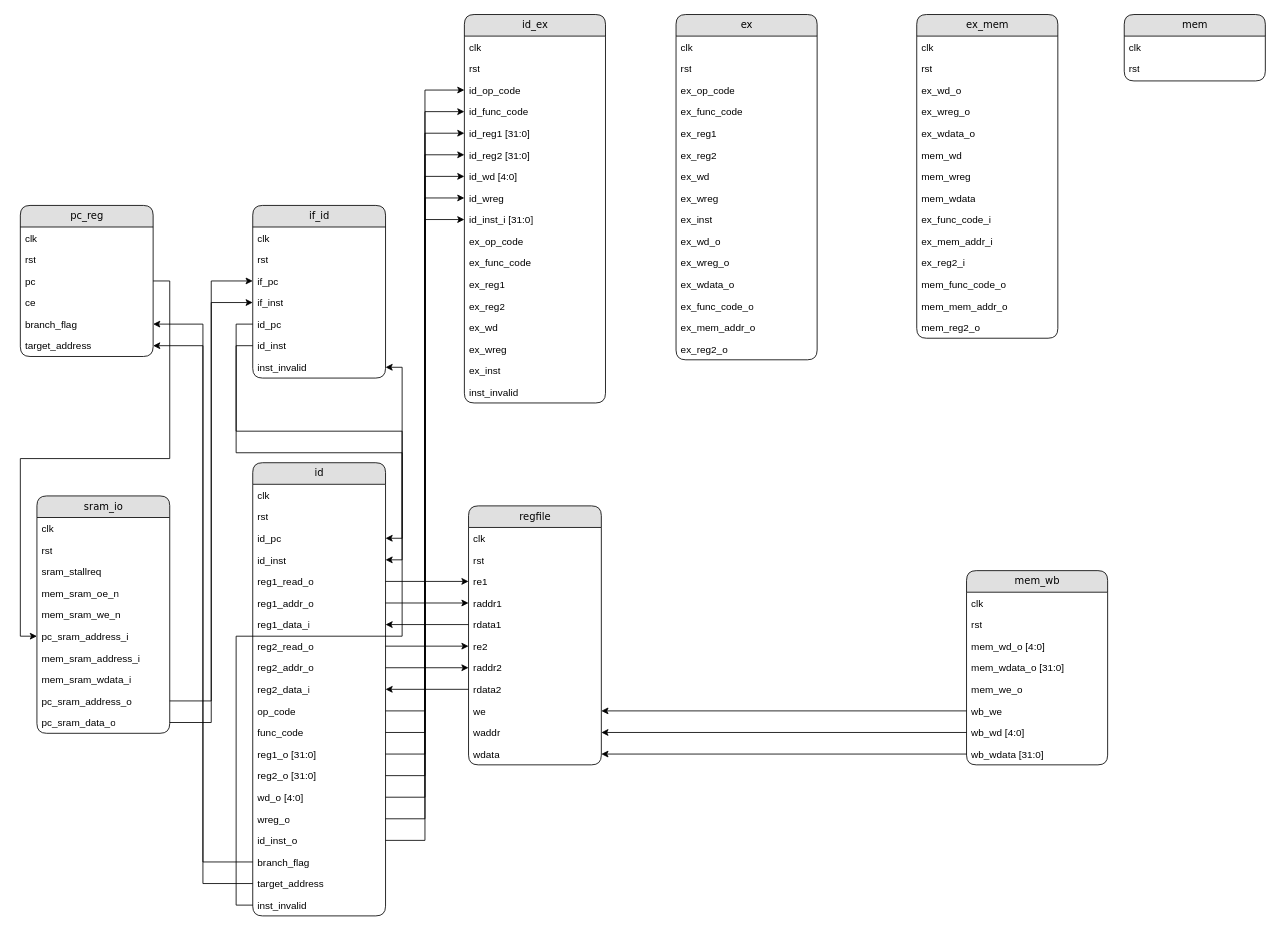
reburnw/riscv-cpu-dataflow keeps this draw.io diagram as riscv-cpu-datapath.drawio. Above is the earlier version. Source tidied: cells renumbered, new cells numbered last; positions are measured from the earlier drawing's top-left corner, leaving out a move shared by most shapes. Both pictures are drawn from the tidied source at 83%, with x=0, y=0 at pixel (20, 14).
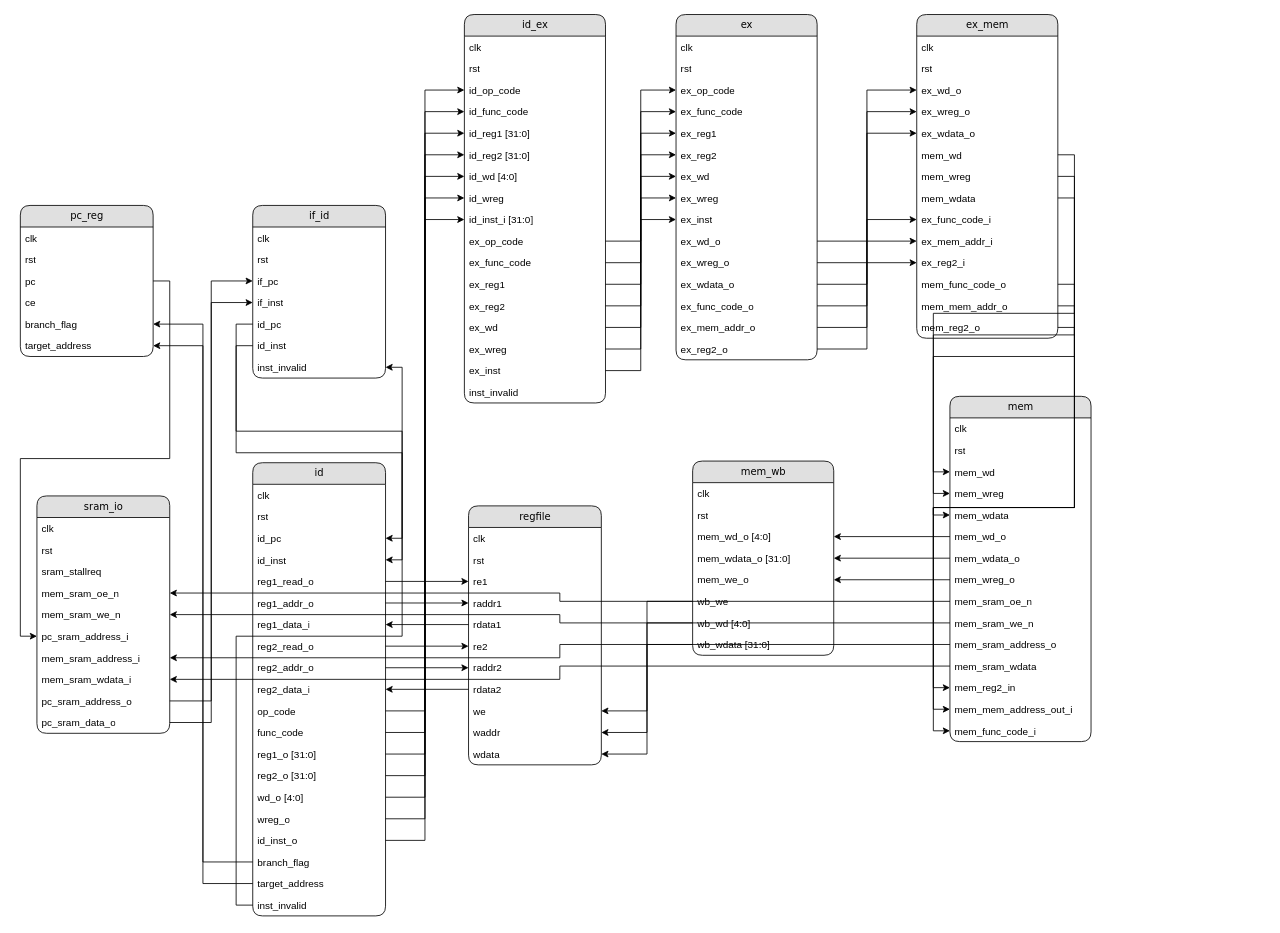
After the change.

Unchanged cells that the change refers to:
```xml
<mxCell id="13" value="mem_sram_oe_n" style="text;html=1;strokeColor=none;fillColor=none;spacingLeft=4;spacingRight=4;whiteSpace=wrap;overflow=hidden;points=[[0,0.5],[1,0.5]];portConstraint=eastwest;" parent="9" vertex="1">
<mxCell id="14" value="mem_sram_we_n" style="text;html=1;strokeColor=none;fillColor=none;spacingLeft=4;spacingRight=4;whiteSpace=wrap;overflow=hidden;points=[[0,0.5],[1,0.5]];portConstraint=eastwest;" parent="9" vertex="1">
<mxCell id="16" value="mem_sram_address_i" style="text;html=1;strokeColor=none;fillColor=none;spacingLeft=4;spacingRight=4;whiteSpace=wrap;overflow=hidden;points=[[0,0.5],[1,0.5]];portConstraint=eastwest;" parent="9" vertex="1">
<mxCell id="17" value="mem_sram_wdata_i" style="text;html=1;strokeColor=none;fillColor=none;spacingLeft=4;spacingRight=4;whiteSpace=wrap;overflow=hidden;points=[[0,0.5],[1,0.5]];portConstraint=eastwest;" parent="9" vertex="1">
<mxCell id="82" value="ex_op_code" style="text;html=1;strokeColor=none;fillColor=none;spacingLeft=4;spacingRight=4;whiteSpace=wrap;overflow=hidden;points=[[0,0.5],[1,0.5]];portConstraint=eastwest;" parent="72" vertex="1">
<mxCell id="83" value="ex_func_code" style="text;html=1;strokeColor=none;fillColor=none;spacingLeft=4;spacingRight=4;whiteSpace=wrap;overflow=hidden;points=[[0,0.5],[1,0.5]];portConstraint=eastwest;" parent="72" vertex="1">
<mxCell id="84" value="ex_reg1" style="text;html=1;strokeColor=none;fillColor=none;spacingLeft=4;spacingRight=4;whiteSpace=wrap;overflow=hidden;points=[[0,0.5],[1,0.5]];portConstraint=eastwest;" parent="72" vertex="1">
<mxCell id="85" value="ex_reg2" style="text;html=1;strokeColor=none;fillColor=none;spacingLeft=4;spacingRight=4;whiteSpace=wrap;overflow=hidden;points=[[0,0.5],[1,0.5]];portConstraint=eastwest;" parent="72" vertex="1">
<mxCell id="86" value="ex_wd" style="text;html=1;strokeColor=none;fillColor=none;spacingLeft=4;spacingRight=4;whiteSpace=wrap;overflow=hidden;points=[[0,0.5],[1,0.5]];portConstraint=eastwest;" parent="72" vertex="1">
<mxCell id="87" value="ex_wreg" style="text;html=1;strokeColor=none;fillColor=none;spacingLeft=4;spacingRight=4;whiteSpace=wrap;overflow=hidden;points=[[0,0.5],[1,0.5]];portConstraint=eastwest;" parent="72" vertex="1">
<mxCell id="88" value="ex_inst" style="text;html=1;strokeColor=none;fillColor=none;spacingLeft=4;spacingRight=4;whiteSpace=wrap;overflow=hidden;points=[[0,0.5],[1,0.5]];portConstraint=eastwest;" parent="72" vertex="1">
<mxCell id="93" value="ex_wd_o" style="text;html=1;strokeColor=none;fillColor=none;spacingLeft=4;spacingRight=4;whiteSpace=wrap;overflow=hidden;points=[[0,0.5],[1,0.5]];portConstraint=eastwest;" parent="90" vertex="1">
<mxCell id="94" value="ex_wreg_o" style="text;html=1;strokeColor=none;fillColor=none;spacingLeft=4;spacingRight=4;whiteSpace=wrap;overflow=hidden;points=[[0,0.5],[1,0.5]];portConstraint=eastwest;" parent="90" vertex="1">
<mxCell id="95" value="ex_wdata_o" style="text;html=1;strokeColor=none;fillColor=none;spacingLeft=4;spacingRight=4;whiteSpace=wrap;overflow=hidden;points=[[0,0.5],[1,0.5]];portConstraint=eastwest;" parent="90" vertex="1">
<mxCell id="96" value="mem_wd" style="text;html=1;strokeColor=none;fillColor=none;spacingLeft=4;spacingRight=4;whiteSpace=wrap;overflow=hidden;points=[[0,0.5],[1,0.5]];portConstraint=eastwest;" parent="90" vertex="1">
<mxCell id="97" value="mem_wreg" style="text;html=1;strokeColor=none;fillColor=none;spacingLeft=4;spacingRight=4;whiteSpace=wrap;overflow=hidden;points=[[0,0.5],[1,0.5]];portConstraint=eastwest;" parent="90" vertex="1">
<mxCell id="98" value="mem_wdata" style="text;html=1;strokeColor=none;fillColor=none;spacingLeft=4;spacingRight=4;whiteSpace=wrap;overflow=hidden;points=[[0,0.5],[1,0.5]];portConstraint=eastwest;" parent="90" vertex="1">
<mxCell id="99" value="ex_func_code_i" style="text;html=1;strokeColor=none;fillColor=none;spacingLeft=4;spacingRight=4;whiteSpace=wrap;overflow=hidden;points=[[0,0.5],[1,0.5]];portConstraint=eastwest;" parent="90" vertex="1">
<mxCell id="100" value="ex_mem_addr_i" style="text;html=1;strokeColor=none;fillColor=none;spacingLeft=4;spacingRight=4;whiteSpace=wrap;overflow=hidden;points=[[0,0.5],[1,0.5]];portConstraint=eastwest;" parent="90" vertex="1">
<mxCell id="101" value="ex_reg2_i" style="text;html=1;strokeColor=none;fillColor=none;spacingLeft=4;spacingRight=4;whiteSpace=wrap;overflow=hidden;points=[[0,0.5],[1,0.5]];portConstraint=eastwest;" parent="90" vertex="1">
<mxCell id="102" value="mem_func_code_o" style="text;html=1;strokeColor=none;fillColor=none;spacingLeft=4;spacingRight=4;whiteSpace=wrap;overflow=hidden;points=[[0,0.5],[1,0.5]];portConstraint=eastwest;" parent="90" vertex="1">
<mxCell id="103" value="mem_mem_addr_o" style="text;html=1;strokeColor=none;fillColor=none;spacingLeft=4;spacingRight=4;whiteSpace=wrap;overflow=hidden;points=[[0,0.5],[1,0.5]];portConstraint=eastwest;" parent="90" vertex="1">
<mxCell id="104" value="mem_reg2_o" style="text;html=1;strokeColor=none;fillColor=none;spacingLeft=4;spacingRight=4;whiteSpace=wrap;overflow=hidden;points=[[0,0.5],[1,0.5]];portConstraint=eastwest;" parent="90" vertex="1">
<mxCell id="111" value="mem_wd_o [4:0]" style="text;html=1;strokeColor=none;fillColor=none;spacingLeft=4;spacingRight=4;whiteSpace=wrap;overflow=hidden;points=[[0,0.5],[1,0.5]];portConstraint=eastwest;" parent="108" vertex="1">
<mxCell id="112" value="mem_wdata_o [31:0]" style="text;html=1;strokeColor=none;fillColor=none;spacingLeft=4;spacingRight=4;whiteSpace=wrap;overflow=hidden;points=[[0,0.5],[1,0.5]];portConstraint=eastwest;" parent="108" vertex="1">
<mxCell id="113" value="mem_we_o" style="text;html=1;strokeColor=none;fillColor=none;spacingLeft=4;spacingRight=4;whiteSpace=wrap;overflow=hidden;points=[[0,0.5],[1,0.5]];portConstraint=eastwest;" parent="108" vertex="1">
<mxCell id="123" value="ex_op_code" style="text;html=1;strokeColor=none;fillColor=none;spacingLeft=4;spacingRight=4;whiteSpace=wrap;overflow=hidden;points=[[0,0.5],[1,0.5]];portConstraint=eastwest;" parent="120" vertex="1">
<mxCell id="124" value="ex_func_code" style="text;html=1;strokeColor=none;fillColor=none;spacingLeft=4;spacingRight=4;whiteSpace=wrap;overflow=hidden;points=[[0,0.5],[1,0.5]];portConstraint=eastwest;" parent="120" vertex="1">
<mxCell id="125" value="ex_reg1" style="text;html=1;strokeColor=none;fillColor=none;spacingLeft=4;spacingRight=4;whiteSpace=wrap;overflow=hidden;points=[[0,0.5],[1,0.5]];portConstraint=eastwest;" parent="120" vertex="1">
<mxCell id="126" value="ex_reg2" style="text;html=1;strokeColor=none;fillColor=none;spacingLeft=4;spacingRight=4;whiteSpace=wrap;overflow=hidden;points=[[0,0.5],[1,0.5]];portConstraint=eastwest;" parent="120" vertex="1">
<mxCell id="127" value="ex_wd" style="text;html=1;strokeColor=none;fillColor=none;spacingLeft=4;spacingRight=4;whiteSpace=wrap;overflow=hidden;points=[[0,0.5],[1,0.5]];portConstraint=eastwest;" parent="120" vertex="1">
<mxCell id="128" value="ex_wreg" style="text;html=1;strokeColor=none;fillColor=none;spacingLeft=4;spacingRight=4;whiteSpace=wrap;overflow=hidden;points=[[0,0.5],[1,0.5]];portConstraint=eastwest;" parent="120" vertex="1">
<mxCell id="129" value="ex_inst" style="text;html=1;strokeColor=none;fillColor=none;spacingLeft=4;spacingRight=4;whiteSpace=wrap;overflow=hidden;points=[[0,0.5],[1,0.5]];portConstraint=eastwest;" parent="120" vertex="1">
<mxCell id="130" value="ex_wd_o" style="text;html=1;strokeColor=none;fillColor=none;spacingLeft=4;spacingRight=4;whiteSpace=wrap;overflow=hidden;points=[[0,0.5],[1,0.5]];portConstraint=eastwest;" parent="120" vertex="1">
<mxCell id="131" value="ex_wreg_o" style="text;html=1;strokeColor=none;fillColor=none;spacingLeft=4;spacingRight=4;whiteSpace=wrap;overflow=hidden;points=[[0,0.5],[1,0.5]];portConstraint=eastwest;" parent="120" vertex="1">
<mxCell id="132" value="ex_wdata_o" style="text;html=1;strokeColor=none;fillColor=none;spacingLeft=4;spacingRight=4;whiteSpace=wrap;overflow=hidden;points=[[0,0.5],[1,0.5]];portConstraint=eastwest;" parent="120" vertex="1">
<mxCell id="133" value="ex_func_code_o" style="text;html=1;strokeColor=none;fillColor=none;spacingLeft=4;spacingRight=4;whiteSpace=wrap;overflow=hidden;points=[[0,0.5],[1,0.5]];portConstraint=eastwest;" parent="120" vertex="1">
<mxCell id="134" value="ex_mem_addr_o" style="text;html=1;strokeColor=none;fillColor=none;spacingLeft=4;spacingRight=4;whiteSpace=wrap;overflow=hidden;points=[[0,0.5],[1,0.5]];portConstraint=eastwest;" parent="120" vertex="1">
<mxCell id="135" value="ex_reg2_o" style="text;html=1;strokeColor=none;fillColor=none;spacingLeft=4;spacingRight=4;whiteSpace=wrap;overflow=hidden;points=[[0,0.5],[1,0.5]];portConstraint=eastwest;" parent="120" vertex="1">
```

Diff of the diagram source:
```diff
@@
     <mxCell id="105" value="mem" style="swimlane;html=1;fontStyle=0;horizontal=1;startSize=26;fillColor=#e0e0e0;swimlaneFillColor=#ffffff;align=center;rounded=1;shadow=0;comic=0;labelBackgroundColor=none;strokeWidth=1;fontFamily=Verdana;fontSize=12;" parent="1" vertex="1">
-      <mxGeometry x="1330" width="170" height="80" as="geometry" />
+      <mxGeometry x="1120" y="460" width="170" height="416" as="geometry" />
     </mxCell>
@@
+    <mxCell id="146" value="mem_wd" style="text;html=1;strokeColor=none;fillColor=none;spacingLeft=4;spacingRight=4;whiteSpace=wrap;overflow=hidden;points=[[0,0.5],[1,0.5]];portConstraint=eastwest;" parent="105" vertex="1">
+      <mxGeometry y="78" width="170" height="26" as="geometry" />
+    </mxCell>
+    <mxCell id="147" value="mem_wreg" style="text;html=1;strokeColor=none;fillColor=none;spacingLeft=4;spacingRight=4;whiteSpace=wrap;overflow=hidden;points=[[0,0.5],[1,0.5]];portConstraint=eastwest;" parent="105" vertex="1">
+      <mxGeometry y="104" width="170" height="26" as="geometry" />
+    </mxCell>
+    <mxCell id="148" value="mem_wdata" style="text;html=1;strokeColor=none;fillColor=none;spacingLeft=4;spacingRight=4;whiteSpace=wrap;overflow=hidden;points=[[0,0.5],[1,0.5]];portConstraint=eastwest;" parent="105" vertex="1">
+      <mxGeometry y="130" width="170" height="26" as="geometry" />
+    </mxCell>
+    <mxCell id="149" value="mem_wd_o" style="text;html=1;strokeColor=none;fillColor=none;spacingLeft=4;spacingRight=4;whiteSpace=wrap;overflow=hidden;points=[[0,0.5],[1,0.5]];portConstraint=eastwest;" parent="105" vertex="1">
+      <mxGeometry y="156" width="170" height="26" as="geometry" />
+    </mxCell>
+    <mxCell id="150" value="mem_wdata_o" style="text;html=1;strokeColor=none;fillColor=none;spacingLeft=4;spacingRight=4;whiteSpace=wrap;overflow=hidden;points=[[0,0.5],[1,0.5]];portConstraint=eastwest;" parent="105" vertex="1">
+      <mxGeometry y="182" width="170" height="26" as="geometry" />
+    </mxCell>
+    <mxCell id="151" value="mem_wreg_o" style="text;html=1;strokeColor=none;fillColor=none;spacingLeft=4;spacingRight=4;whiteSpace=wrap;overflow=hidden;points=[[0,0.5],[1,0.5]];portConstraint=eastwest;" parent="105" vertex="1">
+      <mxGeometry y="208" width="170" height="26" as="geometry" />
+    </mxCell>
+    <mxCell id="152" value="mem_sram_oe_n" style="text;html=1;strokeColor=none;fillColor=none;spacingLeft=4;spacingRight=4;whiteSpace=wrap;overflow=hidden;points=[[0,0.5],[1,0.5]];portConstraint=eastwest;" parent="105" vertex="1">
+      <mxGeometry y="234" width="170" height="26" as="geometry" />
+    </mxCell>
+    <mxCell id="153" value="mem_sram_we_n" style="text;html=1;strokeColor=none;fillColor=none;spacingLeft=4;spacingRight=4;whiteSpace=wrap;overflow=hidden;points=[[0,0.5],[1,0.5]];portConstraint=eastwest;" parent="105" vertex="1">
+      <mxGeometry y="260" width="170" height="26" as="geometry" />
+    </mxCell>
+    <mxCell id="154" value="mem_sram_address_o" style="text;html=1;strokeColor=none;fillColor=none;spacingLeft=4;spacingRight=4;whiteSpace=wrap;overflow=hidden;points=[[0,0.5],[1,0.5]];portConstraint=eastwest;" parent="105" vertex="1">
+      <mxGeometry y="286" width="170" height="26" as="geometry" />
+    </mxCell>
+    <mxCell id="155" value="mem_sram_wdata" style="text;html=1;strokeColor=none;fillColor=none;spacingLeft=4;spacingRight=4;whiteSpace=wrap;overflow=hidden;points=[[0,0.5],[1,0.5]];portConstraint=eastwest;" parent="105" vertex="1">
+      <mxGeometry y="312" width="170" height="26" as="geometry" />
+    </mxCell>
+    <mxCell id="156" value="mem_reg2_in" style="text;html=1;strokeColor=none;fillColor=none;spacingLeft=4;spacingRight=4;whiteSpace=wrap;overflow=hidden;points=[[0,0.5],[1,0.5]];portConstraint=eastwest;" parent="105" vertex="1">
+      <mxGeometry y="338" width="170" height="26" as="geometry" />
+    </mxCell>
+    <mxCell id="157" value="mem_mem_address_out_i" style="text;html=1;strokeColor=none;fillColor=none;spacingLeft=4;spacingRight=4;whiteSpace=wrap;overflow=hidden;points=[[0,0.5],[1,0.5]];portConstraint=eastwest;" parent="105" vertex="1">
+      <mxGeometry y="364" width="170" height="26" as="geometry" />
+    </mxCell>
+    <mxCell id="158" value="mem_func_code_i" style="text;html=1;strokeColor=none;fillColor=none;spacingLeft=4;spacingRight=4;whiteSpace=wrap;overflow=hidden;points=[[0,0.5],[1,0.5]];portConstraint=eastwest;" parent="105" vertex="1">
+      <mxGeometry y="390" width="170" height="26" as="geometry" />
+    </mxCell>
     <mxCell id="108" value="mem_wb" style="swimlane;html=1;fontStyle=0;horizontal=1;startSize=26;fillColor=#e0e0e0;swimlaneFillColor=#ffffff;align=center;rounded=1;shadow=0;comic=0;labelBackgroundColor=none;strokeWidth=1;fontFamily=Verdana;fontSize=12;" parent="1" vertex="1">
-      <mxGeometry x="1140" y="670" width="170" height="234" as="geometry" />
+      <mxGeometry x="810" y="538" width="170" height="234" as="geometry" />
     </mxCell>
@@
+    <mxCell id="159" style="edgeStyle=orthogonalEdgeStyle;rounded=0;jettySize=auto;html=1;" parent="1" edge="1" source="82" target="123">
+      <mxGeometry relative="1" as="geometry" />
+    </mxCell>
+    <mxCell id="160" style="edgeStyle=orthogonalEdgeStyle;rounded=0;jettySize=auto;html=1;" parent="1" edge="1" source="83" target="124">
+      <mxGeometry relative="1" as="geometry" />
+    </mxCell>
+    <mxCell id="161" style="edgeStyle=orthogonalEdgeStyle;rounded=0;jettySize=auto;html=1;" parent="1" edge="1" source="84" target="125">
+      <mxGeometry relative="1" as="geometry" />
+    </mxCell>
+    <mxCell id="162" style="edgeStyle=orthogonalEdgeStyle;rounded=0;jettySize=auto;html=1;" parent="1" edge="1" source="85" target="126">
+      <mxGeometry relative="1" as="geometry" />
+    </mxCell>
+    <mxCell id="163" style="edgeStyle=orthogonalEdgeStyle;rounded=0;jettySize=auto;html=1;" parent="1" edge="1" source="86" target="127">
+      <mxGeometry relative="1" as="geometry" />
+    </mxCell>
+    <mxCell id="164" style="edgeStyle=orthogonalEdgeStyle;rounded=0;jettySize=auto;html=1;" parent="1" edge="1" source="87" target="128">
+      <mxGeometry relative="1" as="geometry" />
+    </mxCell>
+    <mxCell id="165" style="edgeStyle=orthogonalEdgeStyle;rounded=0;jettySize=auto;html=1;" parent="1" edge="1" source="88" target="129">
+      <mxGeometry relative="1" as="geometry" />
+    </mxCell>
+    <mxCell id="166" style="edgeStyle=orthogonalEdgeStyle;rounded=0;jettySize=auto;html=1;" parent="1" edge="1" source="130" target="93">
+      <mxGeometry relative="1" as="geometry" />
+    </mxCell>
+    <mxCell id="167" style="edgeStyle=orthogonalEdgeStyle;rounded=0;jettySize=auto;html=1;" parent="1" edge="1" source="131" target="94">
+      <mxGeometry relative="1" as="geometry" />
+    </mxCell>
+    <mxCell id="168" style="edgeStyle=orthogonalEdgeStyle;rounded=0;jettySize=auto;html=1;" parent="1" edge="1" source="132" target="95">
+      <mxGeometry relative="1" as="geometry" />
+    </mxCell>
+    <mxCell id="169" style="edgeStyle=orthogonalEdgeStyle;rounded=0;jettySize=auto;html=1;" parent="1" edge="1" source="133" target="99">
+      <mxGeometry relative="1" as="geometry" />
+    </mxCell>
+    <mxCell id="170" style="edgeStyle=orthogonalEdgeStyle;rounded=0;jettySize=auto;html=1;" parent="1" edge="1" source="134" target="100">
+      <mxGeometry relative="1" as="geometry" />
+    </mxCell>
+    <mxCell id="171" style="edgeStyle=orthogonalEdgeStyle;rounded=0;jettySize=auto;html=1;" parent="1" edge="1" source="135" target="101">
+      <mxGeometry relative="1" as="geometry" />
+    </mxCell>
+    <mxCell id="172" style="edgeStyle=orthogonalEdgeStyle;rounded=0;jettySize=auto;html=1;" parent="1" edge="1" source="96" target="146">
+      <mxGeometry relative="1" as="geometry" />
+    </mxCell>
+    <mxCell id="173" style="edgeStyle=orthogonalEdgeStyle;rounded=0;jettySize=auto;html=1;" parent="1" edge="1" source="97" target="147">
+      <mxGeometry relative="1" as="geometry" />
+    </mxCell>
+    <mxCell id="174" style="edgeStyle=orthogonalEdgeStyle;rounded=0;jettySize=auto;html=1;" parent="1" edge="1" source="98" target="148">
+      <mxGeometry relative="1" as="geometry" />
+    </mxCell>
+    <mxCell id="175" style="edgeStyle=orthogonalEdgeStyle;rounded=0;jettySize=auto;html=1;" parent="1" edge="1" source="149" target="111">
+      <mxGeometry relative="1" as="geometry" />
+    </mxCell>
+    <mxCell id="176" style="edgeStyle=orthogonalEdgeStyle;rounded=0;jettySize=auto;html=1;" parent="1" edge="1" source="151" target="113">
+      <mxGeometry relative="1" as="geometry" />
+    </mxCell>
+    <mxCell id="177" style="edgeStyle=orthogonalEdgeStyle;rounded=0;jettySize=auto;html=1;" parent="1" edge="1" source="150" target="112">
+      <mxGeometry relative="1" as="geometry" />
+    </mxCell>
+    <mxCell id="178" style="edgeStyle=orthogonalEdgeStyle;rounded=0;jettySize=auto;html=1;" parent="1" edge="1" source="152" target="13">
+      <mxGeometry relative="1" as="geometry" />
+    </mxCell>
+    <mxCell id="179" style="edgeStyle=orthogonalEdgeStyle;rounded=0;jettySize=auto;html=1;" parent="1" edge="1" source="153" target="14">
+      <mxGeometry relative="1" as="geometry" />
+    </mxCell>
+    <mxCell id="180" style="edgeStyle=orthogonalEdgeStyle;rounded=0;jettySize=auto;html=1;" parent="1" edge="1" source="154" target="16">
+      <mxGeometry relative="1" as="geometry" />
+    </mxCell>
+    <mxCell id="181" style="edgeStyle=orthogonalEdgeStyle;rounded=0;jettySize=auto;html=1;" parent="1" edge="1" source="155" target="17">
+      <mxGeometry relative="1" as="geometry" />
+    </mxCell>
+    <mxCell id="182" style="edgeStyle=orthogonalEdgeStyle;rounded=0;jettySize=auto;html=1;" parent="1" edge="1" source="102" target="158">
+      <mxGeometry relative="1" as="geometry" />
+    </mxCell>
+    <mxCell id="183" style="edgeStyle=orthogonalEdgeStyle;rounded=0;jettySize=auto;html=1;" parent="1" edge="1" source="103" target="157">
+      <mxGeometry relative="1" as="geometry" />
+    </mxCell>
+    <mxCell id="184" style="edgeStyle=orthogonalEdgeStyle;rounded=0;jettySize=auto;html=1;" parent="1" edge="1" source="104" target="156">
+      <mxGeometry relative="1" as="geometry" />
+    </mxCell>
```
